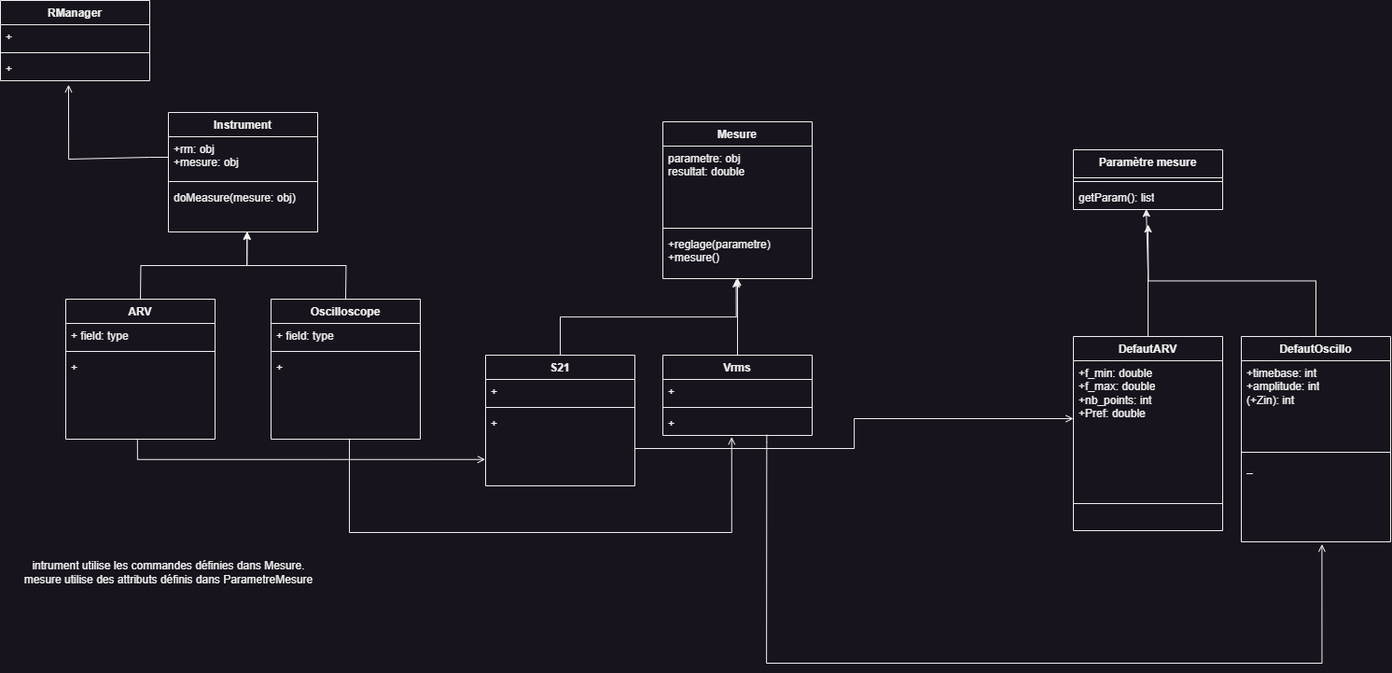
Before: Python/IUT/SAE/class.drawio.png, a diagram exported from draw.io (VictorGrosset/Code_learning). Source tidied: cells renumbered, new cells last; positions are measured from the earlier drawing's top-left corner, leaving out a move shared by most shapes.
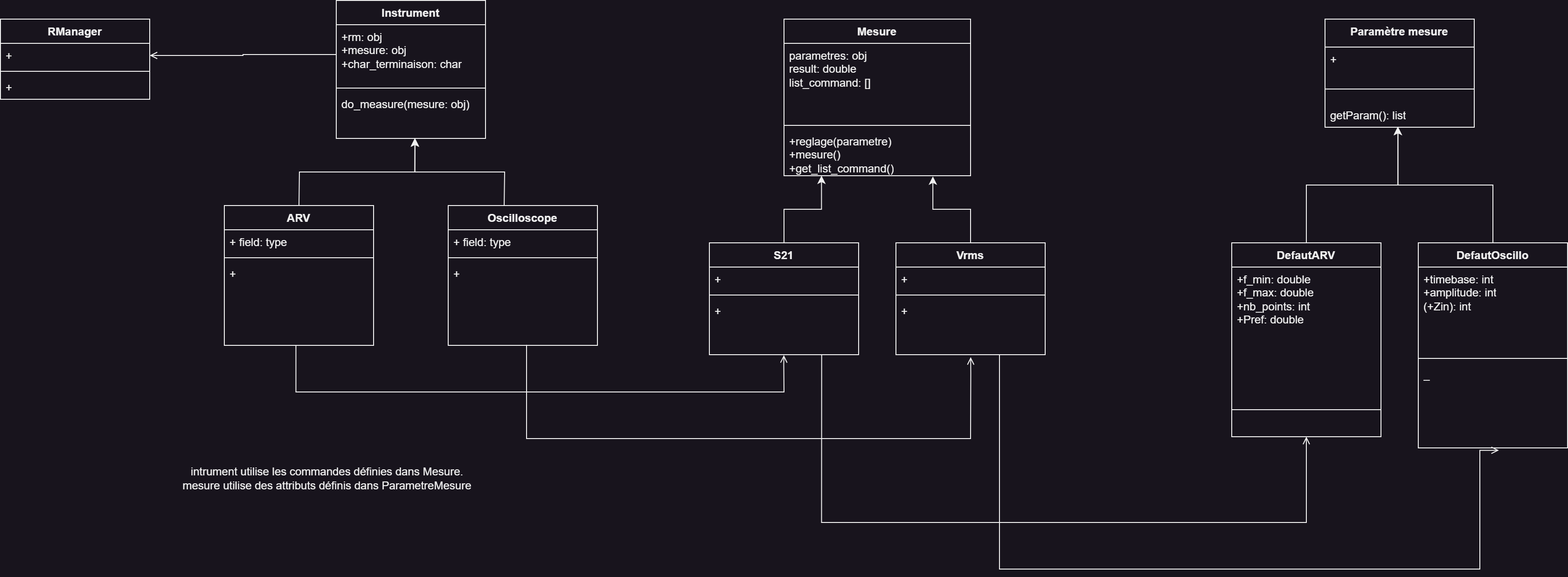
Later version of the same file.

Change to the diagram source:
```diff
@@ -3,31 +3,36 @@
     <mxCell id="0" />
     <mxCell id="1" parent="0" />
     <mxCell id="2" value="Instrument" style="swimlane;fontStyle=1;align=center;verticalAlign=top;horizontal=1;startSize=26;whiteSpace=wrap;html=1;" parent="1" vertex="1">
-      <mxGeometry x="180" y="120" width="160" height="128" as="geometry" />
+      <mxGeometry x="190" y="100" width="160" height="148" as="geometry" />
     </mxCell>
-    <mxCell id="3" value="+rm: obj&lt;br&gt;+mesure: obj" style="text;strokeColor=none;fillColor=none;align=left;verticalAlign=top;spacingLeft=4;spacingRight=4;overflow=hidden;points=[[0,0.5],[1,0.5]];portConstraint=eastwest;whiteSpace=wrap;html=1;" parent="2" vertex="1">
-      <mxGeometry y="26" width="160" height="44" as="geometry" />
+    <mxCell id="3" value="+rm: obj&lt;br&gt;+mesure: obj&lt;br&gt;+char_terminaison: char" style="text;strokeColor=none;fillColor=none;align=left;verticalAlign=top;spacingLeft=4;spacingRight=4;overflow=hidden;points=[[0,0.5],[1,0.5]];portConstraint=eastwest;whiteSpace=wrap;html=1;" parent="2" vertex="1">
+      <mxGeometry y="26" width="160" height="64" as="geometry" />
     </mxCell>
     <mxCell id="4" style="line;strokeWidth=1;fillColor=none;align=left;verticalAlign=middle;spacingTop=-1;spacingLeft=3;spacingRight=3;labelPosition=right;strokeColor=inherit;" parent="2" vertex="1">
-      <mxGeometry y="70" width="160" height="8" as="geometry" />
+      <mxGeometry y="90" width="160" height="8" as="geometry" />
     </mxCell>
-    <mxCell id="5" value="doMeasure(mesure: obj)" style="text;strokeColor=none;fillColor=none;align=left;verticalAlign=top;spacingLeft=4;spacingRight=4;overflow=hidden;points=[[0,0.5],[1,0.5]];portConstraint=eastwest;whiteSpace=wrap;html=1;" parent="2" vertex="1">
-      <mxGeometry y="78" width="160" height="50" as="geometry" />
+    <mxCell id="5" value="do_measure(mesure: obj)" style="text;strokeColor=none;fillColor=none;align=left;verticalAlign=top;spacingLeft=4;spacingRight=4;overflow=hidden;points=[[0,0.5],[1,0.5]];portConstraint=eastwest;whiteSpace=wrap;html=1;" parent="2" vertex="1">
+      <mxGeometry y="98" width="160" height="50" as="geometry" />
     </mxCell>
     <mxCell id="6" value="Mesure" style="swimlane;fontStyle=1;align=center;verticalAlign=top;horizontal=1;startSize=26;whiteSpace=wrap;html=1;" parent="1" vertex="1">
-      <mxGeometry x="710" y="130" width="160" height="168" as="geometry" />
+      <mxGeometry x="670" y="120" width="200" height="168" as="geometry" />
     </mxCell>
-    <mxCell id="7" value="parametre: obj&lt;br&gt;resultat: double" style="text;strokeColor=none;fillColor=none;align=left;verticalAlign=top;spacingLeft=4;spacingRight=4;overflow=hidden;whiteSpace=wrap;html=1;" parent="6" vertex="1">
-      <mxGeometry y="26" width="160" height="84" as="geometry" />
+    <mxCell id="7" value="parametres: obj&lt;br&gt;result: double&lt;br&gt;list_command: []" style="text;strokeColor=none;fillColor=none;align=left;verticalAlign=top;spacingLeft=4;spacingRight=4;overflow=hidden;whiteSpace=wrap;html=1;" parent="6" vertex="1">
+      <mxGeometry y="26" width="200" height="84" as="geometry" />
     </mxCell>
     <mxCell id="8" style="line;strokeWidth=1;fillColor=none;align=left;verticalAlign=middle;spacingTop=-1;spacingLeft=3;spacingRight=3;labelPosition=right;strokeColor=inherit;" parent="6" vertex="1">
-      <mxGeometry y="110" width="160" height="8" as="geometry" />
+      <mxGeometry y="110" width="200" height="8" as="geometry" />
     </mxCell>
-    <mxCell id="9" value="+reglage(parametre)&lt;br&gt;+mesure()" style="text;strokeColor=none;fillColor=none;align=left;verticalAlign=top;spacingLeft=4;spacingRight=4;overflow=hidden;points=[[0,0.5],[1,0.5]];portConstraint=eastwest;whiteSpace=wrap;html=1;" parent="6" vertex="1">
-      <mxGeometry y="118" width="160" height="50" as="geometry" />
+    <mxCell id="9" value="+reglage(parametre)&lt;br&gt;+mesure()&lt;br&gt;+get_list_command()" style="text;strokeColor=none;fillColor=none;align=left;verticalAlign=top;spacingLeft=4;spacingRight=4;overflow=hidden;points=[[0,0.5],[1,0.5]];portConstraint=eastwest;whiteSpace=wrap;html=1;" parent="6" vertex="1">
+      <mxGeometry y="118" width="200" height="50" as="geometry" />
     </mxCell>
+    <mxCell id="52" style="edgeStyle=orthogonalEdgeStyle;rounded=0;jettySize=auto;html=1;exitX=0.5;exitY=0;exitDx=0;exitDy=0;" parent="1" edge="1" source="10">
+      <mxGeometry relative="1" as="geometry">
+        <mxPoint x="669.9" y="359.9" as="targetPoint" />
+      </mxGeometry>
+    </mxCell>
     <mxCell id="10" value="S21" style="swimlane;fontStyle=1;align=center;verticalAlign=top;horizontal=1;startSize=26;whiteSpace=wrap;html=1;" parent="1" vertex="1">
-      <mxGeometry x="520" y="380" width="160" height="140" as="geometry" />
+      <mxGeometry x="590" y="360" width="160" height="120" as="geometry" />
     </mxCell>
     <mxCell id="11" value="+" style="text;strokeColor=none;fillColor=none;align=left;verticalAlign=top;spacingLeft=4;spacingRight=4;overflow=hidden;whiteSpace=wrap;html=1;" parent="10" vertex="1">
       <mxGeometry y="26" width="160" height="26" as="geometry" />
@@ -36,10 +41,10 @@
       <mxGeometry y="52" width="160" height="8" as="geometry" />
     </mxCell>
     <mxCell id="13" value="+" style="text;strokeColor=none;fillColor=none;align=left;verticalAlign=top;spacingLeft=4;spacingRight=4;overflow=hidden;points=[[0,0.5],[1,0.5]];portConstraint=eastwest;whiteSpace=wrap;html=1;" parent="10" vertex="1">
-      <mxGeometry y="60" width="160" height="80" as="geometry" />
+      <mxGeometry y="60" width="160" height="60" as="geometry" />
     </mxCell>
     <mxCell id="14" value="Vrms" style="swimlane;fontStyle=1;align=center;verticalAlign=top;horizontal=1;startSize=26;whiteSpace=wrap;html=1;" parent="1" vertex="1">
-      <mxGeometry x="710" y="380" width="160" height="86" as="geometry" />
+      <mxGeometry x="790" y="360" width="160" height="120" as="geometry" />
     </mxCell>
     <mxCell id="15" value="+" style="text;strokeColor=none;fillColor=none;align=left;verticalAlign=top;spacingLeft=4;spacingRight=4;overflow=hidden;whiteSpace=wrap;html=1;" parent="14" vertex="1">
       <mxGeometry y="26" width="160" height="26" as="geometry" />
@@ -48,14 +53,8 @@
       <mxGeometry y="52" width="160" height="8" as="geometry" />
     </mxCell>
     <mxCell id="17" value="+" style="text;strokeColor=none;fillColor=none;align=left;verticalAlign=top;spacingLeft=4;spacingRight=4;overflow=hidden;points=[[0,0.5],[1,0.5]];portConstraint=eastwest;whiteSpace=wrap;html=1;" parent="14" vertex="1">
-      <mxGeometry y="60" width="160" height="26" as="geometry" />
+      <mxGeometry y="60" width="160" height="60" as="geometry" />
     </mxCell>
-    <mxCell id="18" style="edgeStyle=orthogonalEdgeStyle;rounded=0;jettySize=auto;html=1;exitX=0.5;exitY=0;exitDx=0;exitDy=0;entryX=0.491;entryY=1.019;entryDx=0;entryDy=0;entryPerimeter=0;" parent="1" edge="1" source="10" target="9">
-      <mxGeometry relative="1" as="geometry" />
-    </mxCell>
-    <mxCell id="19" style="edgeStyle=orthogonalEdgeStyle;rounded=0;jettySize=auto;html=1;exitX=0.5;exitY=0;exitDx=0;exitDy=0;entryX=0.5;entryY=0.984;entryDx=0;entryDy=0;entryPerimeter=0;" parent="1" edge="1" source="14" target="9">
-      <mxGeometry relative="1" as="geometry" />
-    </mxCell>
     <mxCell id="20" style="edgeStyle=orthogonalEdgeStyle;rounded=0;jettySize=auto;html=1;exitX=0.5;exitY=0;exitDx=0;exitDy=0;entryX=0.527;entryY=0.989;entryDx=0;entryDy=0;entryPerimeter=0;" parent="1" edge="1" target="5">
       <mxGeometry relative="1" as="geometry">
         <mxPoint x="150" y="320" as="sourcePoint" />
@@ -67,13 +66,16 @@
       </mxGeometry>
     </mxCell>
     <mxCell id="22" value="Paramètre mesure" style="swimlane;fontStyle=1;align=center;verticalAlign=top;horizontal=1;startSize=30;whiteSpace=wrap;html=1;" parent="1" vertex="1">
-      <mxGeometry x="1150" y="160" width="160" height="64" as="geometry" />
+      <mxGeometry x="1250" y="120" width="160" height="116" as="geometry" />
     </mxCell>
+    <mxCell id="53" value="+" style="text;strokeColor=none;fillColor=none;align=left;verticalAlign=top;spacingLeft=4;spacingRight=4;overflow=hidden;whiteSpace=wrap;html=1;" parent="22" vertex="1">
+      <mxGeometry y="30" width="160" height="30" as="geometry" />
+    </mxCell>
     <mxCell id="23" style="line;strokeWidth=1;fillColor=none;align=left;verticalAlign=middle;spacingTop=-1;spacingLeft=3;spacingRight=3;labelPosition=right;strokeColor=inherit;" parent="22" vertex="1">
-      <mxGeometry y="30" width="160" height="8" as="geometry" />
+      <mxGeometry y="60" width="160" height="30" as="geometry" />
     </mxCell>
     <mxCell id="24" value="getParam(): list" style="text;strokeColor=none;fillColor=none;align=left;verticalAlign=top;spacingLeft=4;spacingRight=4;overflow=hidden;points=[[0,0.5],[1,0.5]];portConstraint=eastwest;whiteSpace=wrap;html=1;" parent="22" vertex="1">
-      <mxGeometry y="38" width="160" height="26" as="geometry" />
+      <mxGeometry y="90" width="160" height="26" as="geometry" />
     </mxCell>
     <mxCell id="25" value="DefautARV" style="swimlane;fontStyle=1;align=center;verticalAlign=top;horizontal=1;startSize=26;whiteSpace=wrap;html=1;" parent="1" vertex="1">
       <mxGeometry x="1150" y="360" width="160" height="208" as="geometry" />
@@ -87,13 +89,8 @@
     <mxCell id="28" style="edgeStyle=orthogonalEdgeStyle;rounded=0;jettySize=auto;html=1;exitX=0.5;exitY=0;exitDx=0;exitDy=0;entryX=0.488;entryY=0.973;entryDx=0;entryDy=0;entryPerimeter=0;" parent="1" edge="1" source="25" target="24">
       <mxGeometry relative="1" as="geometry" />
     </mxCell>
-    <mxCell id="29" style="edgeStyle=orthogonalEdgeStyle;rounded=0;jettySize=auto;html=1;exitX=0.5;exitY=0;exitDx=0;exitDy=0;" parent="1" edge="1" source="30">
-      <mxGeometry relative="1" as="geometry">
-        <mxPoint x="1230" y="240" as="targetPoint" />
-      </mxGeometry>
-    </mxCell>
     <mxCell id="30" value="DefautOscillo" style="swimlane;fontStyle=1;align=center;verticalAlign=top;horizontal=1;startSize=26;whiteSpace=wrap;html=1;" parent="1" vertex="1">
-      <mxGeometry x="1330" y="360" width="160" height="220" as="geometry" />
+      <mxGeometry x="1350" y="360" width="160" height="220" as="geometry" />
     </mxCell>
     <mxCell id="31" value="+timebase: int&lt;br&gt;+amplitude: int&lt;br&gt;(+Zin): int" style="text;strokeColor=none;fillColor=none;align=left;verticalAlign=top;spacingLeft=4;spacingRight=4;overflow=hidden;whiteSpace=wrap;html=1;" parent="30" vertex="1">
       <mxGeometry y="26" width="160" height="94" as="geometry" />
@@ -117,7 +114,7 @@
       <mxGeometry y="60" width="160" height="90" as="geometry" />
     </mxCell>
     <mxCell id="38" value="Oscilloscope" style="swimlane;fontStyle=1;align=center;verticalAlign=top;horizontal=1;startSize=26;whiteSpace=wrap;html=1;" parent="1" vertex="1">
-      <mxGeometry x="290" y="320" width="160" height="150" as="geometry" />
+      <mxGeometry x="310" y="320" width="160" height="150" as="geometry" />
     </mxCell>
     <mxCell id="39" value="+ field: type" style="text;strokeColor=none;fillColor=none;align=left;verticalAlign=top;spacingLeft=4;spacingRight=4;overflow=hidden;whiteSpace=wrap;html=1;" parent="38" vertex="1">
       <mxGeometry y="26" width="160" height="26" as="geometry" />
@@ -128,36 +125,47 @@
     <mxCell id="41" value="+" style="text;strokeColor=none;fillColor=none;align=left;verticalAlign=top;spacingLeft=4;spacingRight=4;overflow=hidden;points=[[0,0.5],[1,0.5]];portConstraint=eastwest;whiteSpace=wrap;html=1;" parent="38" vertex="1">
       <mxGeometry y="60" width="160" height="90" as="geometry" />
     </mxCell>
-    <mxCell id="42" style="edgeStyle=orthogonalEdgeStyle;rounded=0;jettySize=auto;html=1;exitX=-0.003;exitY=0.647;exitDx=0;exitDy=0;entryX=0.48;entryY=0.989;entryDx=0;entryDy=0;entryPerimeter=0;endArrow=none;endFill=0;startArrow=open;startFill=0;exitPerimeter=0;" parent="1" edge="1" source="13">
+    <mxCell id="42" style="edgeStyle=orthogonalEdgeStyle;rounded=0;jettySize=auto;html=1;exitX=0.499;exitY=1.008;exitDx=0;exitDy=0;entryX=0.48;entryY=0.989;entryDx=0;entryDy=0;entryPerimeter=0;endArrow=none;endFill=0;startArrow=open;startFill=0;exitPerimeter=0;" parent="1" edge="1" source="13">
       <mxGeometry relative="1" as="geometry">
         <mxPoint x="146.8" y="470" as="targetPoint" />
         <Array as="points">
-          <mxPoint x="147" y="492" />
+          <mxPoint x="670" y="490" />
+          <mxPoint x="670" y="490" />
+          <mxPoint x="670" y="520" />
+          <mxPoint x="147" y="520" />
         </Array>
       </mxGeometry>
     </mxCell>
-    <mxCell id="43" style="edgeStyle=orthogonalEdgeStyle;rounded=0;jettySize=auto;html=1;exitX=0.461;exitY=1.066;exitDx=0;exitDy=0;entryX=0.525;entryY=0.993;entryDx=0;entryDy=0;entryPerimeter=0;startArrow=open;startFill=0;endArrow=none;endFill=0;exitPerimeter=0;" parent="1" edge="1" source="17" target="41">
+    <mxCell id="43" style="edgeStyle=orthogonalEdgeStyle;rounded=0;jettySize=auto;html=1;exitX=0.501;exitY=1.044;exitDx=0;exitDy=0;entryX=0.525;entryY=0.993;entryDx=0;entryDy=0;entryPerimeter=0;startArrow=open;startFill=0;endArrow=none;endFill=0;exitPerimeter=0;" parent="1" edge="1" source="17" target="41">
       <mxGeometry relative="1" as="geometry">
         <Array as="points">
-          <mxPoint x="784" y="570" />
+          <mxPoint x="870" y="500" />
+          <mxPoint x="870" y="570" />
           <mxPoint x="374" y="570" />
         </Array>
       </mxGeometry>
     </mxCell>
-    <mxCell id="44" style="edgeStyle=orthogonalEdgeStyle;rounded=0;jettySize=auto;html=1;exitX=1;exitY=0.5;exitDx=0;exitDy=0;entryX=0;entryY=0.5;entryDx=0;entryDy=0;endArrow=open;endFill=0;" parent="1" edge="1" source="13" target="26">
-      <mxGeometry relative="1" as="geometry" />
+    <mxCell id="44" style="edgeStyle=orthogonalEdgeStyle;rounded=0;jettySize=auto;html=1;exitX=0.752;exitY=1.008;exitDx=0;exitDy=0;entryX=0.5;entryY=1;entryDx=0;entryDy=0;endArrow=open;endFill=0;exitPerimeter=0;" parent="1" edge="1" source="13" target="25">
+      <mxGeometry relative="1" as="geometry">
+        <Array as="points">
+          <mxPoint x="710" y="660" />
+          <mxPoint x="1230" y="660" />
+        </Array>
+      </mxGeometry>
     </mxCell>
-    <mxCell id="45" style="edgeStyle=orthogonalEdgeStyle;rounded=0;jettySize=auto;html=1;exitX=0.696;exitY=0.974;exitDx=0;exitDy=0;entryX=0.54;entryY=1.028;entryDx=0;entryDy=0;entryPerimeter=0;exitPerimeter=0;endArrow=open;endFill=0;" parent="1" edge="1" source="17" target="33">
+    <mxCell id="45" style="edgeStyle=orthogonalEdgeStyle;rounded=0;jettySize=auto;html=1;entryX=0.54;entryY=1.028;entryDx=0;entryDy=0;entryPerimeter=0;endArrow=open;endFill=0;" parent="1" edge="1" target="33">
       <mxGeometry relative="1" as="geometry">
+        <mxPoint x="901" y="480" as="sourcePoint" />
         <Array as="points">
-          <mxPoint x="821" y="473" />
-          <mxPoint x="821" y="710" />
+          <mxPoint x="901" y="480" />
+          <mxPoint x="901" y="480" />
+          <mxPoint x="901" y="710" />
           <mxPoint x="1416" y="710" />
         </Array>
       </mxGeometry>
     </mxCell>
     <mxCell id="46" value="RManager" style="swimlane;fontStyle=1;align=center;verticalAlign=top;horizontal=1;startSize=26;whiteSpace=wrap;html=1;" parent="1" vertex="1">
-      <mxGeometry width="160" height="86" as="geometry" />
+      <mxGeometry x="-170" y="120" width="160" height="86" as="geometry" />
     </mxCell>
     <mxCell id="47" value="+" style="text;strokeColor=none;fillColor=none;align=left;verticalAlign=top;spacingLeft=4;spacingRight=4;overflow=hidden;points=[[0,0.5],[1,0.5]];portConstraint=eastwest;whiteSpace=wrap;html=1;" parent="46" vertex="1">
       <mxGeometry y="26" width="160" height="26" as="geometry" />
@@ -168,17 +176,20 @@
     <mxCell id="49" value="+" style="text;strokeColor=none;fillColor=none;align=left;verticalAlign=top;spacingLeft=4;spacingRight=4;overflow=hidden;points=[[0,0.5],[1,0.5]];portConstraint=eastwest;whiteSpace=wrap;html=1;" parent="46" vertex="1">
       <mxGeometry y="60" width="160" height="26" as="geometry" />
     </mxCell>
-    <mxCell id="50" style="edgeStyle=orthogonalEdgeStyle;rounded=0;jettySize=auto;html=1;exitX=0;exitY=0.5;exitDx=0;exitDy=0;endArrow=open;endFill=0;entryX=0.456;entryY=1.166;entryDx=0;entryDy=0;entryPerimeter=0;" parent="1" edge="1" source="3" target="49">
-      <mxGeometry relative="1" as="geometry">
-        <Array as="points">
-          <mxPoint x="160" y="168" />
-          <mxPoint x="160" y="170" />
-          <mxPoint x="73" y="170" />
-        </Array>
-      </mxGeometry>
-    </mxCell>
     <mxCell id="51" value="intrument utilise les commandes définies dans Mesure.&lt;br&gt;mesure utilise des attributs définis dans ParametreMesure" style="text;html=1;align=center;verticalAlign=middle;strokeColor=none;fillColor=none;" parent="1" vertex="1">
       <mxGeometry x="15" y="593" width="330" height="40" as="geometry" />
     </mxCell>
+    <mxCell id="54" style="edgeStyle=orthogonalEdgeStyle;rounded=0;jettySize=auto;html=1;exitX=0;exitY=0.5;exitDx=0;exitDy=0;entryX=1;entryY=0.5;entryDx=0;entryDy=0;endArrow=open;endFill=0;" parent="1" edge="1" source="3" target="47">
+      <mxGeometry relative="1" as="geometry" />
+    </mxCell>
+    <mxCell id="19" style="edgeStyle=orthogonalEdgeStyle;rounded=0;jettySize=auto;html=1;exitX=0.5;exitY=0;exitDx=0;exitDy=0;entryX=0.798;entryY=1.014;entryDx=0;entryDy=0;entryPerimeter=0;" parent="1" edge="1" source="14" target="9">
+      <mxGeometry relative="1" as="geometry" />
+    </mxCell>
+    <mxCell id="18" style="edgeStyle=orthogonalEdgeStyle;rounded=0;jettySize=auto;html=1;exitX=0.5;exitY=0;exitDx=0;exitDy=0;entryX=0.201;entryY=0.997;entryDx=0;entryDy=0;entryPerimeter=0;" parent="1" edge="1" source="10" target="9">
+      <mxGeometry relative="1" as="geometry" />
+    </mxCell>
+    <mxCell id="55" style="edgeStyle=orthogonalEdgeStyle;rounded=0;jettySize=auto;html=1;exitX=0.5;exitY=0;exitDx=0;exitDy=0;entryX=0.489;entryY=0.984;entryDx=0;entryDy=0;entryPerimeter=0;" parent="1" edge="1" source="30" target="24">
+      <mxGeometry relative="1" as="geometry" />
+    </mxCell>
   </root>
 </mxGraphModel>
```
